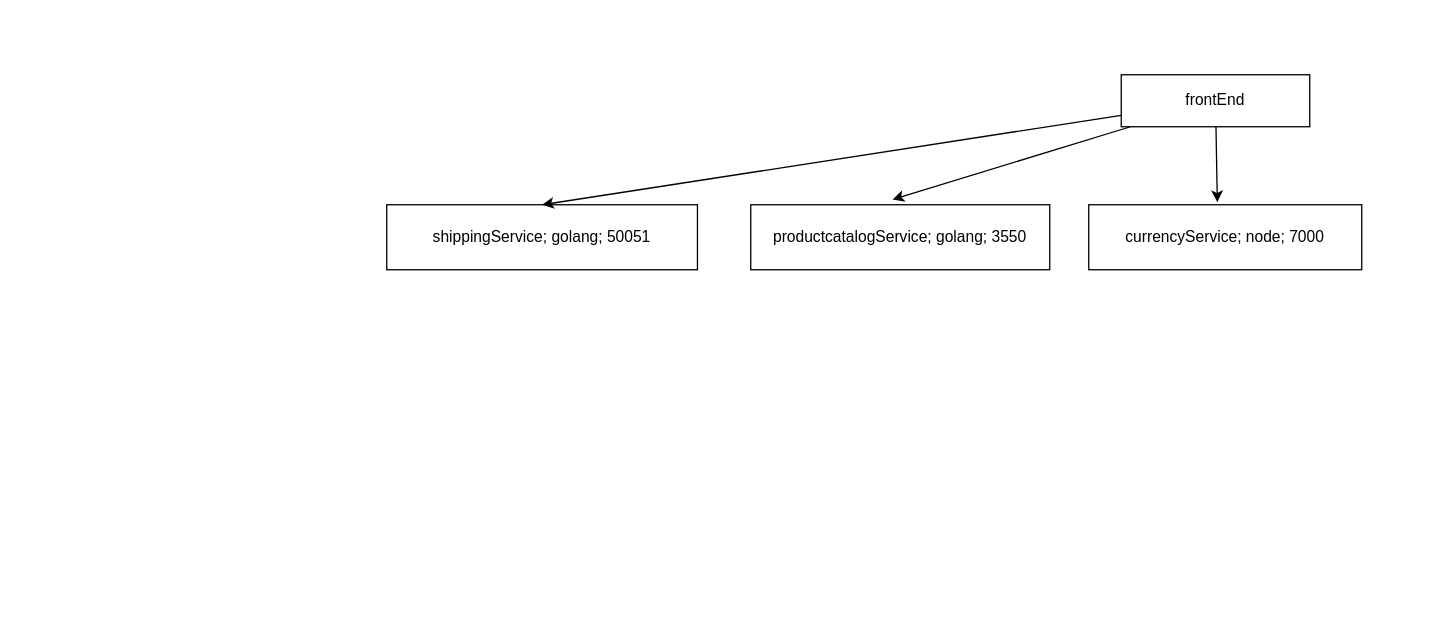
Before: arch.dio in sandeshbnataraj/microservices-devops-playground, a draw.io diagram. Source tidied: cells renumbered, new cells numbered last; positions are measured from the earlier drawing's top-left corner, leaving out a move shared by most shapes. Both pictures are drawn from the tidied source at 130%, with x=0, y=0 at pixel (386, 74).
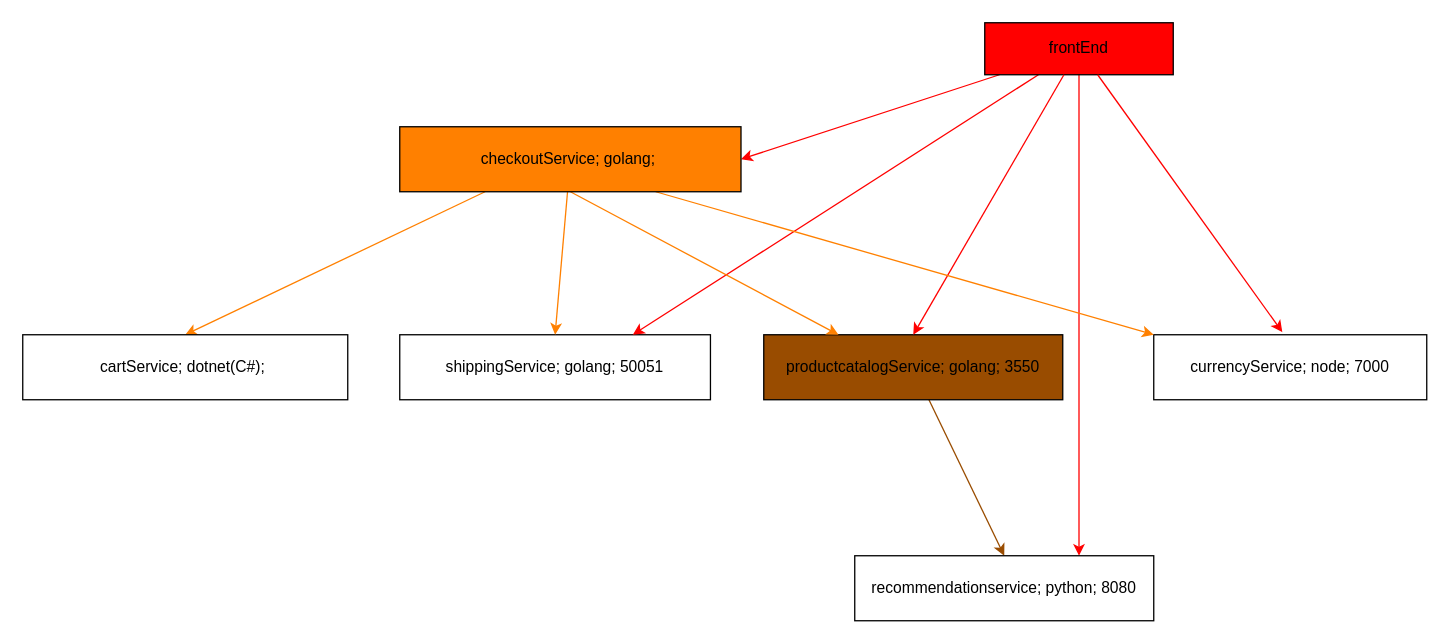
The same diagram, later.

Commit message (it also covers changes not shown here):
dotnet playground

Diff of the diagram source:
```diff
@@
 <mxGraphModel>
   <root>
     <mxCell id="0" />
     <mxCell id="1" parent="0" />
     <mxCell id="2" value="shippingService; golang; 50051" style="rounded=0;whiteSpace=wrap;html=1;" parent="1" vertex="1">
-      <mxGeometry y="100" width="239" height="50" as="geometry" />
+      <mxGeometry x="10" y="200" width="239" height="50" as="geometry" />
     </mxCell>
-    <mxCell id="3" style="edgeStyle=none;html=1;entryX=0.5;entryY=0;entryDx=0;entryDy=0;" parent="1" edge="1" source="4" target="2">
+    <mxCell id="3" style="edgeStyle=none;html=1;entryX=0.75;entryY=0;entryDx=0;entryDy=0;strokeColor=#FF0000;" parent="1" edge="1" source="4" target="2">
       <mxGeometry relative="1" as="geometry" />
     </mxCell>
+    <mxCell id="9" style="edgeStyle=none;html=1;entryX=0.75;entryY=0;entryDx=0;entryDy=0;strokeColor=#FF0000;" parent="1" edge="1" source="4" target="12">
+      <mxGeometry relative="1" as="geometry" />
+    </mxCell>
+    <mxCell id="10" style="edgeStyle=none;html=1;entryX=1;entryY=0.5;entryDx=0;entryDy=0;strokeColor=#FF0000;" parent="1" edge="1" source="4" target="17">
+      <mxGeometry relative="1" as="geometry" />
+    </mxCell>
-    <mxCell id="4" value="frontEnd" style="rounded=0;whiteSpace=wrap;html=1;" parent="1" vertex="1">
-      <mxGeometry x="565" width="145" height="40" as="geometry" />
+    <mxCell id="4" value="frontEnd" style="rounded=0;whiteSpace=wrap;html=1;fillColor=#FF0000;" parent="1" vertex="1">
+      <mxGeometry x="460" y="-40" width="145" height="40" as="geometry" />
     </mxCell>
+    <mxCell id="11" style="edgeStyle=none;html=1;entryX=0.5;entryY=0;entryDx=0;entryDy=0;strokeColor=#994C00;" parent="1" edge="1" source="5" target="12">
+      <mxGeometry relative="1" as="geometry" />
+    </mxCell>
-    <mxCell id="5" value="productcatalogService; golang; 3550" style="rounded=0;whiteSpace=wrap;html=1;" parent="1" vertex="1">
-      <mxGeometry x="280" y="100" width="230" height="50" as="geometry" />
+    <mxCell id="5" value="productcatalogService; golang; 3550" style="rounded=0;whiteSpace=wrap;html=1;fillColor=#994C00;" parent="1" vertex="1">
+      <mxGeometry x="290" y="200" width="230" height="50" as="geometry" />
     </mxCell>
-    <mxCell id="6" style="edgeStyle=none;html=1;entryX=0.474;entryY=-0.08;entryDx=0;entryDy=0;entryPerimeter=0;" parent="1" edge="1" source="4" target="5">
+    <mxCell id="6" style="edgeStyle=none;html=1;entryX=0.5;entryY=0;entryDx=0;entryDy=0;strokeColor=#FF0000;" parent="1" edge="1" source="4" target="5">
       <mxGeometry relative="1" as="geometry" />
     </mxCell>
     <mxCell id="7" value="currencyService; node; 7000" style="rounded=0;whiteSpace=wrap;html=1;" parent="1" vertex="1">
-      <mxGeometry x="540" y="100" width="210" height="50" as="geometry" />
+      <mxGeometry x="590" y="200" width="210" height="50" as="geometry" />
     </mxCell>
-    <mxCell id="8" style="edgeStyle=none;html=1;entryX=0.471;entryY=-0.04;entryDx=0;entryDy=0;entryPerimeter=0;" parent="1" edge="1" source="4" target="7">
+    <mxCell id="8" style="edgeStyle=none;html=1;entryX=0.471;entryY=-0.04;entryDx=0;entryDy=0;entryPerimeter=0;strokeColor=#FF0000;" parent="1" edge="1" source="4" target="7">
       <mxGeometry relative="1" as="geometry" />
     </mxCell>
+    <mxCell id="12" value="recommendationservice; python; 8080" style="rounded=0;whiteSpace=wrap;html=1;" parent="1" vertex="1">
+      <mxGeometry x="360" y="370" width="230" height="50" as="geometry" />
+    </mxCell>
+    <mxCell id="13" style="edgeStyle=none;html=1;entryX=0.5;entryY=0;entryDx=0;entryDy=0;strokeColor=#FF8000;" parent="1" edge="1" source="17" target="2">
+      <mxGeometry relative="1" as="geometry" />
+    </mxCell>
+    <mxCell id="14" style="edgeStyle=none;html=1;exitX=0.5;exitY=1;exitDx=0;exitDy=0;entryX=0.25;entryY=0;entryDx=0;entryDy=0;strokeColor=#FF8000;" parent="1" edge="1" source="17" target="5">
+      <mxGeometry relative="1" as="geometry" />
+    </mxCell>
+    <mxCell id="15" style="edgeStyle=none;html=1;exitX=0.75;exitY=1;exitDx=0;exitDy=0;entryX=0;entryY=0;entryDx=0;entryDy=0;strokeColor=#FF8000;" parent="1" edge="1" source="17" target="7">
+      <mxGeometry relative="1" as="geometry" />
+    </mxCell>
+    <mxCell id="16" style="edgeStyle=none;html=1;exitX=0.25;exitY=1;exitDx=0;exitDy=0;entryX=0.5;entryY=0;entryDx=0;entryDy=0;strokeColor=#FF8000;" parent="1" edge="1" source="17" target="18">
+      <mxGeometry relative="1" as="geometry" />
+    </mxCell>
+    <mxCell id="17" value="checkoutService; golang;&amp;nbsp;" style="rounded=0;whiteSpace=wrap;html=1;fillColor=#FF8000;" parent="1" vertex="1">
+      <mxGeometry x="10" y="40" width="262.5" height="50" as="geometry" />
+    </mxCell>
+    <mxCell id="18" value="cartService; dotnet(C#);&amp;nbsp;" style="rounded=0;whiteSpace=wrap;html=1;" parent="1" vertex="1">
+      <mxGeometry x="-280" y="200" width="250" height="50" as="geometry" />
+    </mxCell>
   </root>
 </mxGraphModel>
```
